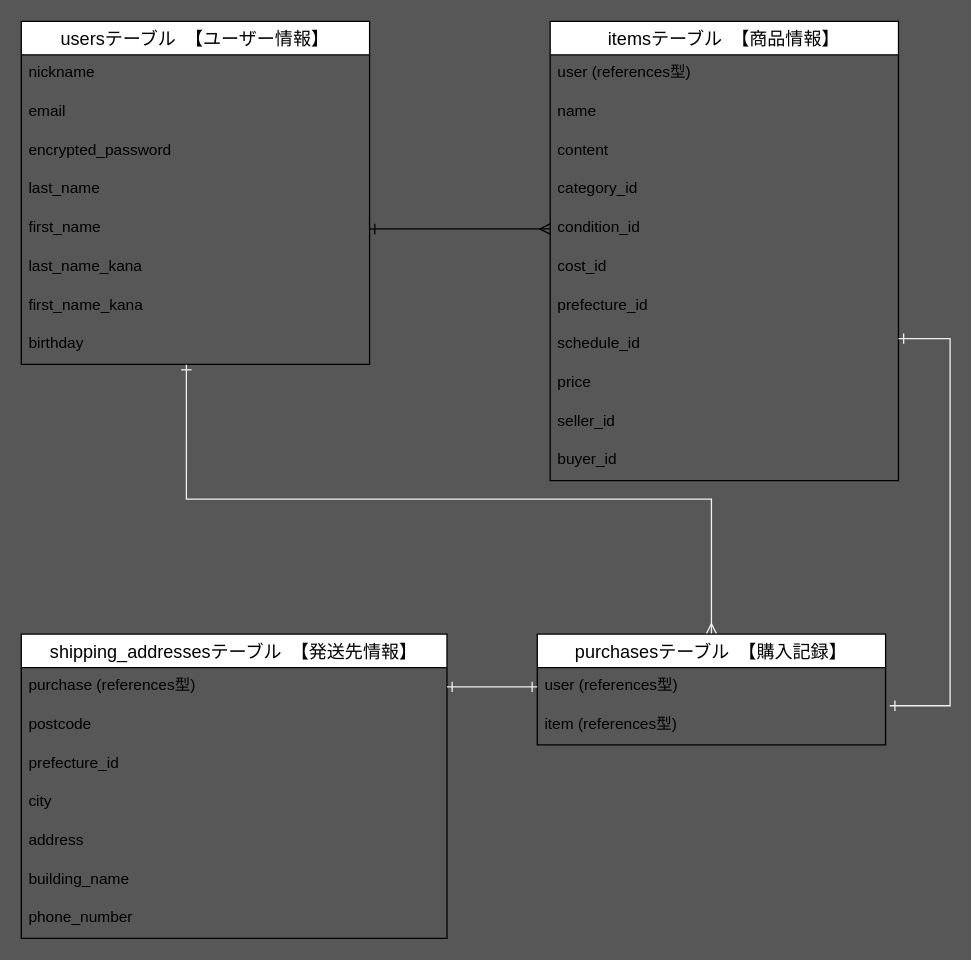
Above: .dio in KayKawa/furima-35649 (draw.io), before the change. Source tidied: cells renumbered, new cells numbered last; positions are measured from the earlier drawing's top-left corner, leaving out a move shared by most shapes. Both pictures are drawn from the tidied source at 129%, with x=0, y=0 at pixel (21, 21).
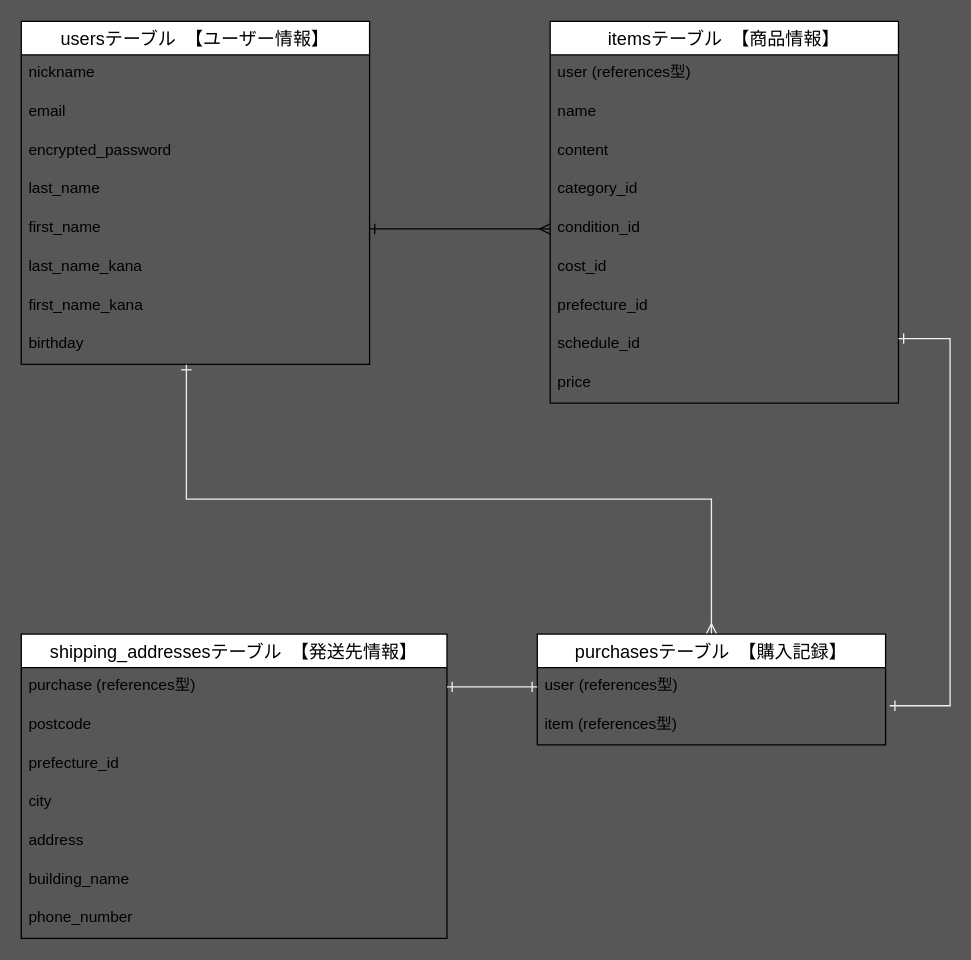
The same diagram, later.

The edit, as a diff of the source:
```diff
@@
     <mxCell id="11" value="itemsテーブル　【商品情報】" style="swimlane;fontStyle=0;horizontal=1;startSize=26;align=center;fontSize=14;" parent="1" vertex="1">
-      <mxGeometry x="410" width="270" height="356" as="geometry" />
+      <mxGeometry x="410" width="270" height="296" as="geometry" />
     </mxCell>
@@
-    <mxCell id="21" value="seller_id&#10;" style="text;strokeColor=none;fillColor=none;spacingLeft=4;spacingRight=4;overflow=hidden;fontSize=12;" parent="11" vertex="1">
-      <mxGeometry y="296" width="270" height="30" as="geometry" />
-    </mxCell>
-    <mxCell id="22" value="buyer_id" style="text;strokeColor=none;fillColor=none;spacingLeft=4;spacingRight=4;overflow=hidden;fontSize=12;" parent="11" vertex="1">
-      <mxGeometry y="326" width="270" height="30" as="geometry" />
-    </mxCell>
```
